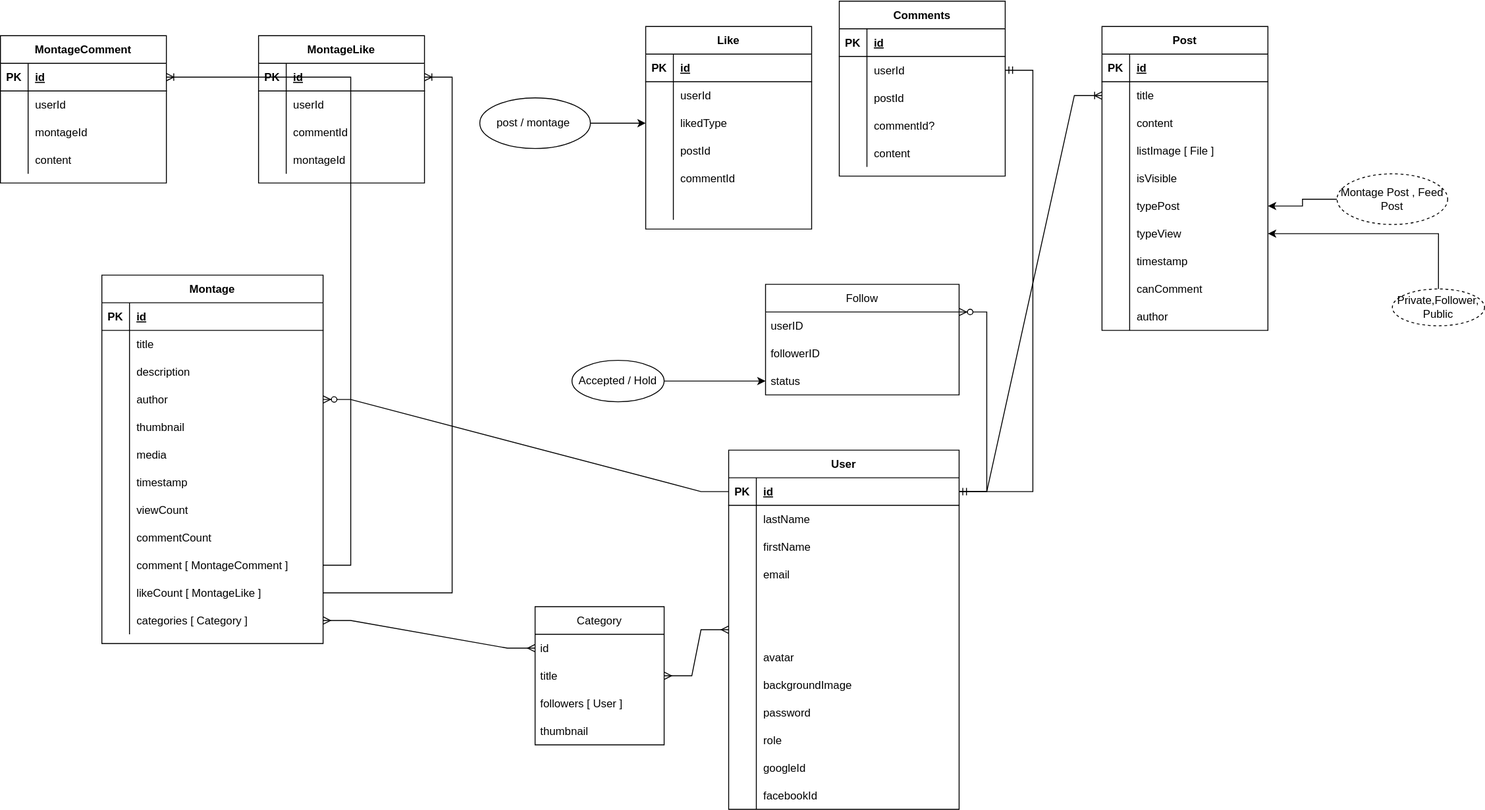
Earlier version of the draw.io export icon/Social-esport.drawio.svg (Kennn-dev/social-esport). Source tidied: cells renumbered, new cells last; positions are measured from the earlier drawing's top-left corner, leaving out a move shared by most shapes.
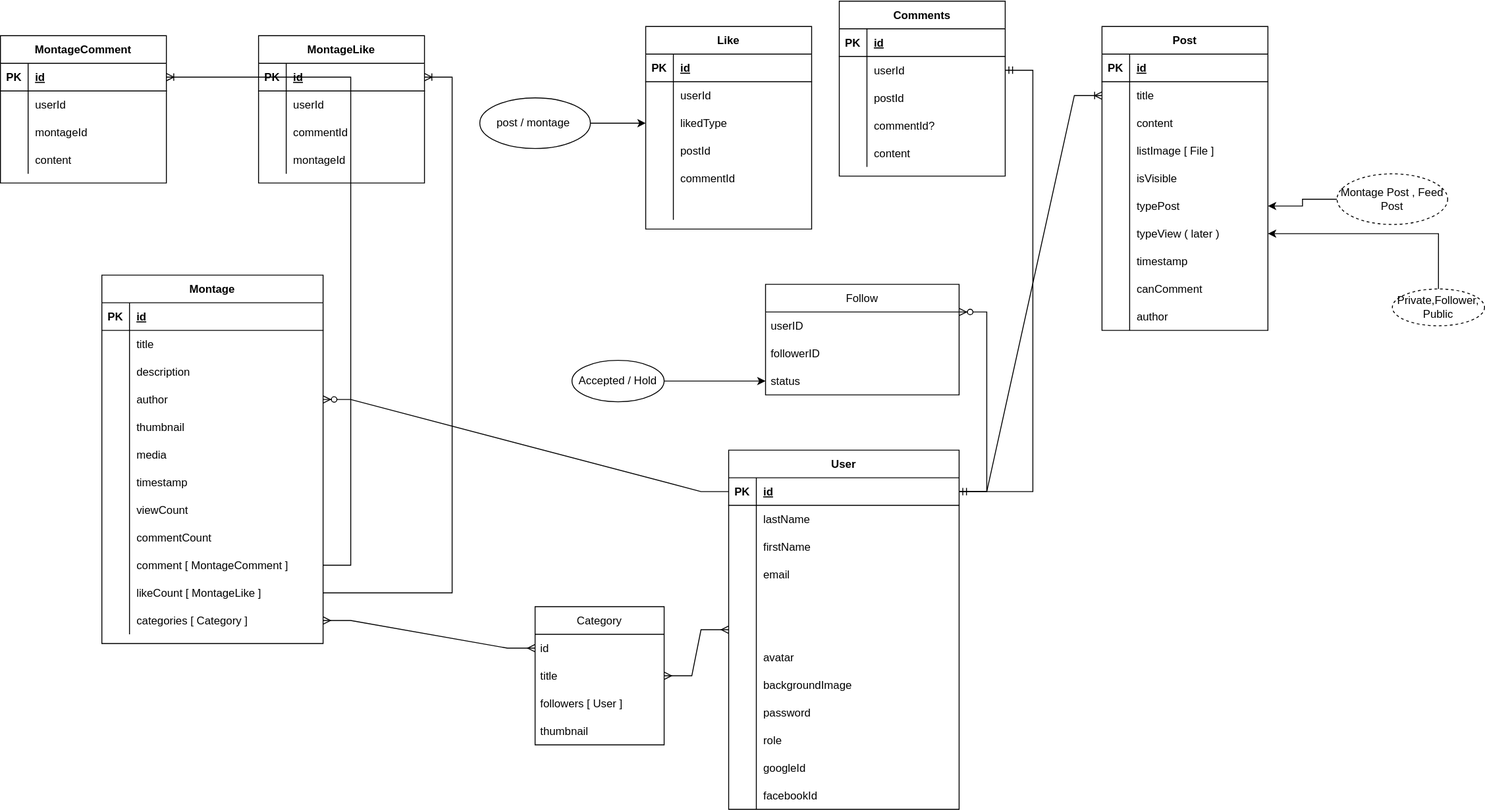
Later version of the same file.

Change to the diagram source:
```diff
@@ -209,7 +209,7 @@
     <mxCell id="70" style="shape=partialRectangle;fillColor=none;top=0;left=0;bottom=0;right=0;overflow=hidden;" parent="69" vertex="1">
       <mxGeometry width="30" height="30" as="geometry" />
     </mxCell>
-    <mxCell id="71" value="typeView" style="shape=partialRectangle;fillColor=none;top=0;left=0;bottom=0;right=0;align=left;spacingLeft=6;overflow=hidden;" parent="69" vertex="1">
+    <mxCell id="71" value="typeView ( later )" style="shape=partialRectangle;fillColor=none;top=0;left=0;bottom=0;right=0;align=left;spacingLeft=6;overflow=hidden;" parent="69" vertex="1">
       <mxGeometry x="30" width="150" height="30" as="geometry" />
     </mxCell>
     <mxCell id="72" style="shape=tableRow;horizontal=0;startSize=0;swimlaneHead=0;swimlaneBody=0;fillColor=none;top=0;left=0;right=0;bottom=0;" parent="50" vertex="1">
```
